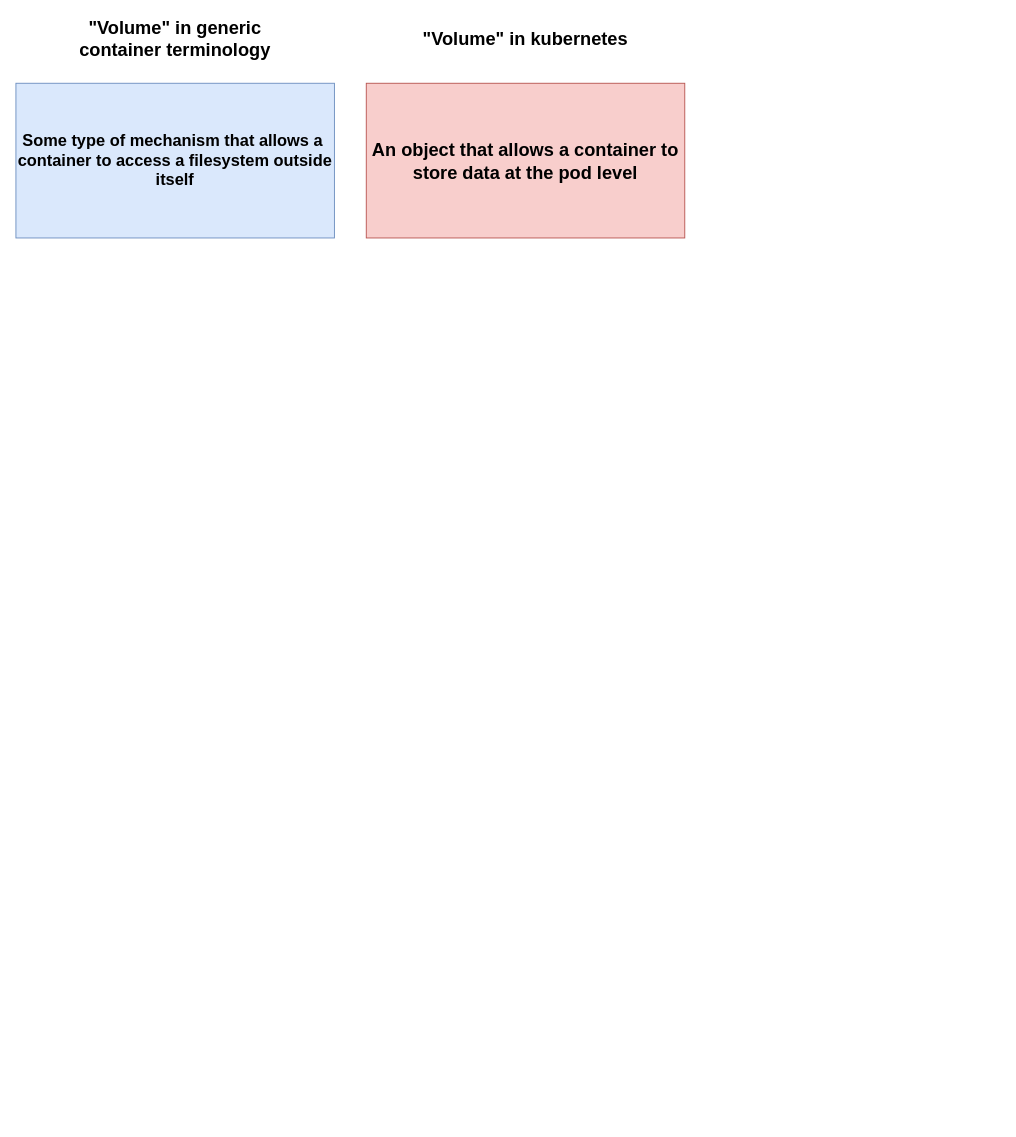
Before: page "K8s Volume" (11 of 11) of kubernetes/Kubernetes_Cluster.drawio in micheal08/mylearningdata, a draw.io diagram. Source tidied: cells renumbered, new cells numbered last; positions are measured from the earlier drawing's top-left corner, leaving out a move shared by most shapes. Both pictures are drawn from the tidied source at 91%, with x=0, y=0 at pixel (15, 28).
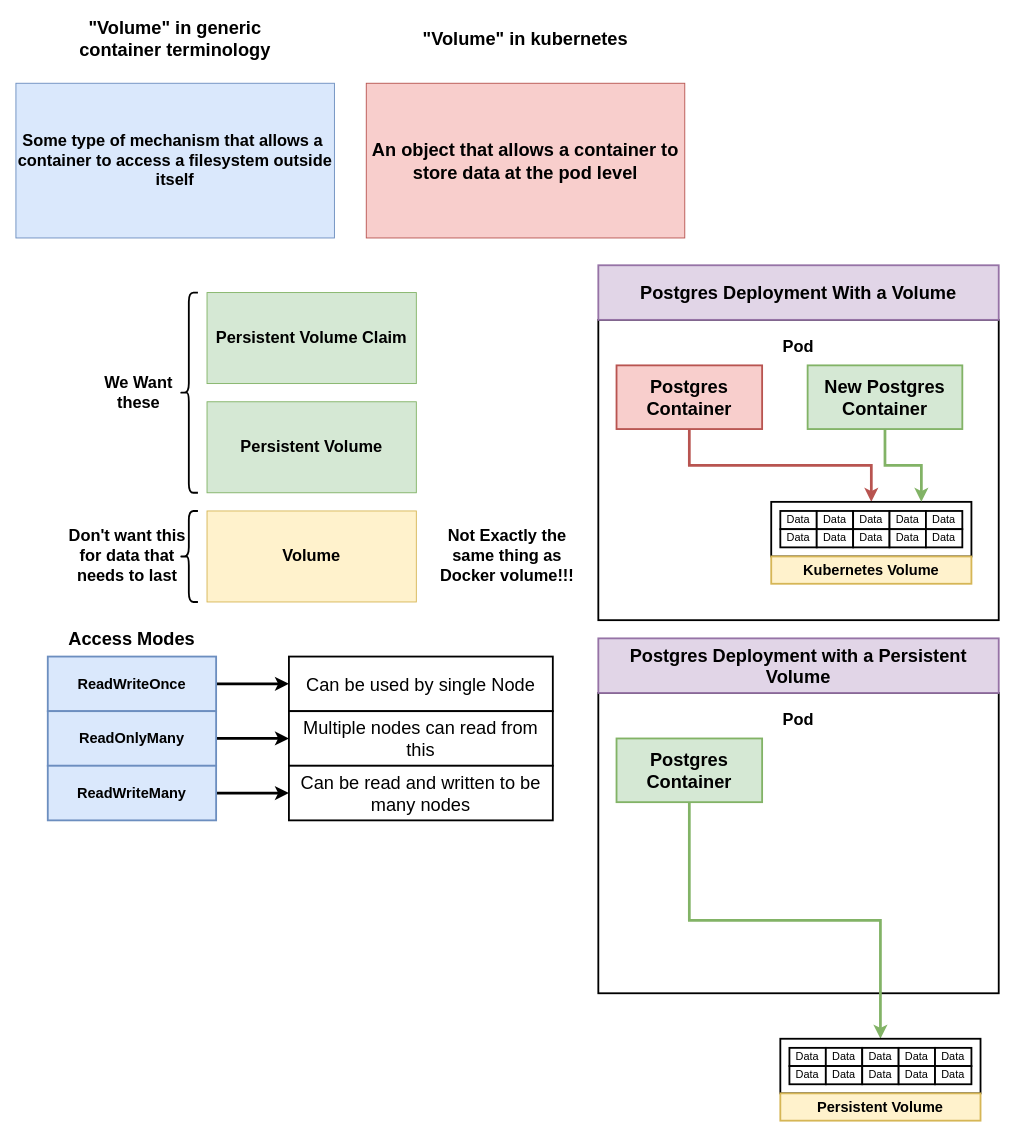
The same diagram, later.

Commit message:
Volume Page updated

The edit, as a diff of the source:
```diff
@@
+    <mxCell id="6" value="Volume" style="rounded=0;whiteSpace=wrap;html=1;fontSize=18;fontStyle=1;fillColor=#fff2cc;strokeColor=#d6b656;" parent="1" vertex="1">
+      <mxGeometry x="210" y="530" width="230" height="100" as="geometry" />
+    </mxCell>
+    <mxCell id="7" value="Persistent Volume" style="rounded=0;whiteSpace=wrap;html=1;fontSize=18;fontStyle=1;fillColor=#d5e8d4;strokeColor=#82b366;" parent="1" vertex="1">
+      <mxGeometry x="210" y="410" width="230" height="100" as="geometry" />
+    </mxCell>
+    <mxCell id="8" value="Persistent Volume Claim" style="rounded=0;whiteSpace=wrap;html=1;fontSize=18;fontStyle=1;fillColor=#d5e8d4;strokeColor=#82b366;" parent="1" vertex="1">
+      <mxGeometry x="210" y="290" width="230" height="100" as="geometry" />
+    </mxCell>
+    <mxCell id="9" style="shape=curlyBracket;whiteSpace=wrap;html=1;rounded=1;fontSize=18;strokeWidth=2;" parent="1" vertex="1">
+      <mxGeometry x="180" y="290" width="20" height="220" as="geometry" />
+    </mxCell>
+    <mxCell id="10" value="We Want these" style="text;html=1;strokeColor=none;fillColor=none;align=center;verticalAlign=middle;whiteSpace=wrap;rounded=0;fontSize=18;fontStyle=1;" parent="1" vertex="1">
+      <mxGeometry x="90" y="390" width="90" height="20" as="geometry" />
+    </mxCell>
+    <mxCell id="11" value="Don't want this for data that needs to last" style="text;html=1;strokeColor=none;fillColor=none;align=center;verticalAlign=middle;whiteSpace=wrap;rounded=0;fontSize=18;fontStyle=1;" parent="1" vertex="1">
+      <mxGeometry x="50" y="570" width="145" height="20" as="geometry" />
+    </mxCell>
+    <mxCell id="12" style="shape=curlyBracket;whiteSpace=wrap;html=1;rounded=1;fontSize=18;strokeWidth=2;" parent="1" vertex="1">
+      <mxGeometry x="180" y="530" width="20" height="100" as="geometry" />
+    </mxCell>
+    <mxCell id="13" value="Not Exactly the same thing as Docker volume!!!" style="text;html=1;strokeColor=none;fillColor=none;align=center;verticalAlign=middle;whiteSpace=wrap;rounded=0;fontSize=18;fontStyle=1;" parent="1" vertex="1">
+      <mxGeometry x="450" y="570" width="180" height="20" as="geometry" />
+    </mxCell>
+    <mxCell id="14" style="rounded=0;whiteSpace=wrap;html=1;strokeWidth=2;fontSize=18;" parent="1" vertex="1">
+      <mxGeometry x="640" y="320" width="440" height="330" as="geometry" />
+    </mxCell>
+    <mxCell id="15" value="Postgres Deployment With a Volume" style="rounded=0;whiteSpace=wrap;html=1;strokeWidth=2;fontSize=20;fillColor=#e1d5e7;strokeColor=#9673a6;fontStyle=1;" parent="1" vertex="1">
+      <mxGeometry x="640" y="260" width="440" height="60" as="geometry" />
+    </mxCell>
+    <mxCell id="16" style="edgeStyle=orthogonalEdgeStyle;rounded=0;jettySize=auto;html=1;exitX=0.5;exitY=1;exitDx=0;exitDy=0;entryX=0.5;entryY=0;entryDx=0;entryDy=0;fontSize=12;strokeWidth=3;fillColor=#f8cecc;strokeColor=#b85450;" parent="1" edge="1" source="17" target="19">
+      <mxGeometry relative="1" as="geometry" />
+    </mxCell>
+    <mxCell id="17" value="Postgres Container" style="rounded=0;whiteSpace=wrap;html=1;strokeWidth=2;fontSize=20;fontStyle=1;fillColor=#f8cecc;strokeColor=#b85450;" parent="1" vertex="1">
+      <mxGeometry x="660" y="370" width="160" height="70" as="geometry" />
+    </mxCell>
+    <mxCell id="18" value="Pod" style="text;html=1;strokeColor=none;fillColor=none;align=center;verticalAlign=middle;whiteSpace=wrap;rounded=0;fontSize=18;fontStyle=1;" parent="1" vertex="1">
+      <mxGeometry x="840" y="340" width="40" height="20" as="geometry" />
+    </mxCell>
+    <mxCell id="19" style="rounded=0;whiteSpace=wrap;html=1;strokeWidth=2;fontSize=18;" parent="1" vertex="1">
+      <mxGeometry x="830" y="520" width="220" height="60" as="geometry" />
+    </mxCell>
+    <mxCell id="20" value="&lt;b&gt;Kubernetes Volume&lt;/b&gt;" style="rounded=0;whiteSpace=wrap;html=1;strokeWidth=2;fontSize=16;fillColor=#fff2cc;strokeColor=#d6b656;" parent="1" vertex="1">
+      <mxGeometry x="830" y="580" width="220" height="30" as="geometry" />
+    </mxCell>
+    <mxCell id="21" value="Data" style="rounded=0;whiteSpace=wrap;html=1;strokeWidth=2;fontSize=12;" parent="1" vertex="1">
+      <mxGeometry x="840" y="530" width="40" height="20" as="geometry" />
+    </mxCell>
+    <mxCell id="22" value="Data" style="rounded=0;whiteSpace=wrap;html=1;strokeWidth=2;fontSize=12;" parent="1" vertex="1">
+      <mxGeometry x="880" y="530" width="40" height="20" as="geometry" />
+    </mxCell>
+    <mxCell id="23" value="Data" style="rounded=0;whiteSpace=wrap;html=1;strokeWidth=2;fontSize=12;" parent="1" vertex="1">
+      <mxGeometry x="920" y="530" width="40" height="20" as="geometry" />
+    </mxCell>
+    <mxCell id="24" value="Data" style="rounded=0;whiteSpace=wrap;html=1;strokeWidth=2;fontSize=12;" parent="1" vertex="1">
+      <mxGeometry x="960" y="530" width="40" height="20" as="geometry" />
+    </mxCell>
+    <mxCell id="25" value="Data" style="rounded=0;whiteSpace=wrap;html=1;strokeWidth=2;fontSize=12;" parent="1" vertex="1">
+      <mxGeometry x="1000" y="530" width="40" height="20" as="geometry" />
+    </mxCell>
+    <mxCell id="26" value="Data" style="rounded=0;whiteSpace=wrap;html=1;strokeWidth=2;fontSize=12;" parent="1" vertex="1">
+      <mxGeometry x="840" y="550" width="40" height="20" as="geometry" />
+    </mxCell>
+    <mxCell id="27" value="Data" style="rounded=0;whiteSpace=wrap;html=1;strokeWidth=2;fontSize=12;" parent="1" vertex="1">
+      <mxGeometry x="880" y="550" width="40" height="20" as="geometry" />
+    </mxCell>
+    <mxCell id="28" value="Data" style="rounded=0;whiteSpace=wrap;html=1;strokeWidth=2;fontSize=12;" parent="1" vertex="1">
+      <mxGeometry x="920" y="550" width="40" height="20" as="geometry" />
+    </mxCell>
+    <mxCell id="29" value="Data" style="rounded=0;whiteSpace=wrap;html=1;strokeWidth=2;fontSize=12;" parent="1" vertex="1">
+      <mxGeometry x="960" y="550" width="40" height="20" as="geometry" />
+    </mxCell>
+    <mxCell id="30" value="Data" style="rounded=0;whiteSpace=wrap;html=1;strokeWidth=2;fontSize=12;" parent="1" vertex="1">
+      <mxGeometry x="1000" y="550" width="40" height="20" as="geometry" />
+    </mxCell>
+    <mxCell id="31" style="edgeStyle=orthogonalEdgeStyle;rounded=0;jettySize=auto;html=1;entryX=0.75;entryY=0;entryDx=0;entryDy=0;strokeWidth=3;fontSize=22;fillColor=#d5e8d4;strokeColor=#82b366;" parent="1" edge="1" source="32" target="19">
+      <mxGeometry relative="1" as="geometry" />
+    </mxCell>
+    <mxCell id="32" value="New Postgres Container" style="rounded=0;whiteSpace=wrap;html=1;strokeWidth=2;fontSize=20;fontStyle=1;fillColor=#d5e8d4;strokeColor=#82b366;" parent="1" vertex="1">
+      <mxGeometry x="870" y="370" width="170" height="70" as="geometry" />
+    </mxCell>
+    <mxCell id="33" style="rounded=0;whiteSpace=wrap;html=1;strokeWidth=2;fontSize=18;" parent="1" vertex="1">
+      <mxGeometry x="640" y="730" width="440" height="330" as="geometry" />
+    </mxCell>
+    <mxCell id="34" value="Postgres Deployment with a Persistent Volume" style="rounded=0;whiteSpace=wrap;html=1;strokeWidth=2;fontSize=20;fillColor=#e1d5e7;strokeColor=#9673a6;fontStyle=1;" parent="1" vertex="1">
+      <mxGeometry x="640" y="670" width="440" height="60" as="geometry" />
+    </mxCell>
+    <mxCell id="35" style="edgeStyle=orthogonalEdgeStyle;rounded=0;jettySize=auto;html=1;exitX=0.5;exitY=1;exitDx=0;exitDy=0;entryX=0.5;entryY=0;entryDx=0;entryDy=0;fontSize=12;strokeWidth=3;fillColor=#d5e8d4;strokeColor=#82b366;" parent="1" edge="1" source="36" target="38">
+      <mxGeometry relative="1" as="geometry" />
+    </mxCell>
+    <mxCell id="36" value="Postgres Container" style="rounded=0;whiteSpace=wrap;html=1;strokeWidth=2;fontSize=20;fontStyle=1;fillColor=#d5e8d4;strokeColor=#82b366;" parent="1" vertex="1">
+      <mxGeometry x="660" y="780" width="160" height="70" as="geometry" />
+    </mxCell>
+    <mxCell id="37" value="Pod" style="text;html=1;strokeColor=none;fillColor=none;align=center;verticalAlign=middle;whiteSpace=wrap;rounded=0;fontSize=18;fontStyle=1;" parent="1" vertex="1">
+      <mxGeometry x="840" y="750" width="40" height="20" as="geometry" />
+    </mxCell>
+    <mxCell id="38" style="rounded=0;whiteSpace=wrap;html=1;strokeWidth=2;fontSize=18;" parent="1" vertex="1">
+      <mxGeometry x="840" y="1110" width="220" height="60" as="geometry" />
+    </mxCell>
+    <mxCell id="39" value="&lt;b&gt;Persistent Volume&lt;/b&gt;" style="rounded=0;whiteSpace=wrap;html=1;strokeWidth=2;fontSize=16;fillColor=#fff2cc;strokeColor=#d6b656;" parent="1" vertex="1">
+      <mxGeometry x="840" y="1170" width="220" height="30" as="geometry" />
+    </mxCell>
+    <mxCell id="40" value="Data" style="rounded=0;whiteSpace=wrap;html=1;strokeWidth=2;fontSize=12;" parent="1" vertex="1">
+      <mxGeometry x="850" y="1120" width="40" height="20" as="geometry" />
+    </mxCell>
+    <mxCell id="41" value="Data" style="rounded=0;whiteSpace=wrap;html=1;strokeWidth=2;fontSize=12;" parent="1" vertex="1">
+      <mxGeometry x="890" y="1120" width="40" height="20" as="geometry" />
+    </mxCell>
+    <mxCell id="42" value="Data" style="rounded=0;whiteSpace=wrap;html=1;strokeWidth=2;fontSize=12;" parent="1" vertex="1">
+      <mxGeometry x="930" y="1120" width="40" height="20" as="geometry" />
+    </mxCell>
+    <mxCell id="43" value="Data" style="rounded=0;whiteSpace=wrap;html=1;strokeWidth=2;fontSize=12;" parent="1" vertex="1">
+      <mxGeometry x="970" y="1120" width="40" height="20" as="geometry" />
+    </mxCell>
+    <mxCell id="44" value="Data" style="rounded=0;whiteSpace=wrap;html=1;strokeWidth=2;fontSize=12;" parent="1" vertex="1">
+      <mxGeometry x="1010" y="1120" width="40" height="20" as="geometry" />
+    </mxCell>
+    <mxCell id="45" value="Data" style="rounded=0;whiteSpace=wrap;html=1;strokeWidth=2;fontSize=12;" parent="1" vertex="1">
+      <mxGeometry x="850" y="1140" width="40" height="20" as="geometry" />
+    </mxCell>
+    <mxCell id="46" value="Data" style="rounded=0;whiteSpace=wrap;html=1;strokeWidth=2;fontSize=12;" parent="1" vertex="1">
+      <mxGeometry x="890" y="1140" width="40" height="20" as="geometry" />
+    </mxCell>
+    <mxCell id="47" value="Data" style="rounded=0;whiteSpace=wrap;html=1;strokeWidth=2;fontSize=12;" parent="1" vertex="1">
+      <mxGeometry x="930" y="1140" width="40" height="20" as="geometry" />
+    </mxCell>
+    <mxCell id="48" value="Data" style="rounded=0;whiteSpace=wrap;html=1;strokeWidth=2;fontSize=12;" parent="1" vertex="1">
+      <mxGeometry x="970" y="1140" width="40" height="20" as="geometry" />
+    </mxCell>
+    <mxCell id="49" value="Data" style="rounded=0;whiteSpace=wrap;html=1;strokeWidth=2;fontSize=12;" parent="1" vertex="1">
+      <mxGeometry x="1010" y="1140" width="40" height="20" as="geometry" />
+    </mxCell>
+    <mxCell id="50" style="edgeStyle=orthogonalEdgeStyle;rounded=0;jettySize=auto;html=1;strokeWidth=3;fontSize=20;" parent="1" edge="1" source="51" target="52">
+      <mxGeometry relative="1" as="geometry" />
+    </mxCell>
+    <mxCell id="51" value="ReadWriteOnce" style="rounded=0;whiteSpace=wrap;html=1;strokeWidth=2;fontSize=16;fillColor=#dae8fc;strokeColor=#6c8ebf;fontStyle=1;" parent="1" vertex="1">
+      <mxGeometry x="35" y="690" width="185" height="60" as="geometry" />
+    </mxCell>
+    <mxCell id="52" value="Can be used by single Node" style="rounded=0;whiteSpace=wrap;html=1;strokeWidth=2;fontSize=20;fontStyle=0;" parent="1" vertex="1">
+      <mxGeometry x="300" y="690" width="290" height="60" as="geometry" />
+    </mxCell>
+    <mxCell id="53" style="edgeStyle=orthogonalEdgeStyle;rounded=0;jettySize=auto;html=1;strokeWidth=3;fontSize=20;" parent="1" edge="1" source="54" target="57">
+      <mxGeometry relative="1" as="geometry" />
+    </mxCell>
+    <mxCell id="54" value="ReadOnlyMany" style="rounded=0;whiteSpace=wrap;html=1;strokeWidth=2;fontSize=16;fillColor=#dae8fc;strokeColor=#6c8ebf;fontStyle=1;" parent="1" vertex="1">
+      <mxGeometry x="35" y="750" width="185" height="60" as="geometry" />
+    </mxCell>
+    <mxCell id="55" style="edgeStyle=orthogonalEdgeStyle;rounded=0;jettySize=auto;html=1;strokeWidth=3;fontSize=20;" parent="1" edge="1" source="56" target="58">
+      <mxGeometry relative="1" as="geometry" />
+    </mxCell>
+    <mxCell id="56" value="ReadWriteMany" style="rounded=0;whiteSpace=wrap;html=1;strokeWidth=2;fontSize=16;fillColor=#dae8fc;strokeColor=#6c8ebf;fontStyle=1;" parent="1" vertex="1">
+      <mxGeometry x="35" y="810" width="185" height="60" as="geometry" />
+    </mxCell>
+    <mxCell id="57" value="Multiple nodes can read from this" style="rounded=0;whiteSpace=wrap;html=1;strokeWidth=2;fontSize=20;fontStyle=0;" parent="1" vertex="1">
+      <mxGeometry x="300" y="750" width="290" height="60" as="geometry" />
+    </mxCell>
+    <mxCell id="58" value="Can be read and written to be many nodes" style="rounded=0;whiteSpace=wrap;html=1;strokeWidth=2;fontSize=20;" parent="1" vertex="1">
+      <mxGeometry x="300" y="810" width="290" height="60" as="geometry" />
+    </mxCell>
+    <mxCell id="59" value="Access Modes" style="text;html=1;strokeColor=none;fillColor=none;align=center;verticalAlign=middle;whiteSpace=wrap;rounded=0;fontSize=20;fontStyle=1;" parent="1" vertex="1">
+      <mxGeometry x="56.2" y="660" width="142.5" height="20" as="geometry" />
+    </mxCell>
```
